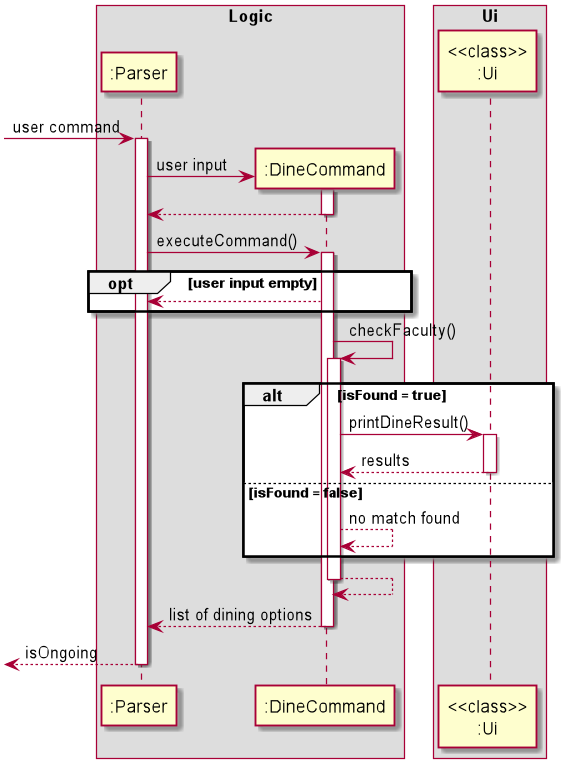
nus-cs2113-AY2021S1/tp keeps this PlantUML diagram as docs/DG_Diagrams/DineSequence.png. Above is the earlier version. Source of this version:
```plantuml
@startuml

box Logic
participant ":Parser"
participant ":DineCommand"
end box
box Ui
participant "<<class>>\n:Ui"
end box

[-> ":Parser": user command
activate ":Parser"
create ":DineCommand"
":Parser" -> ":DineCommand": user input
activate ":DineCommand"
":DineCommand" --> ":Parser"
deactivate ":DineCommand"
":Parser" -> ":DineCommand": executeCommand()
activate ":DineCommand"

opt user input empty
    ":DineCommand" --> ":Parser"
end

":DineCommand" -> ":DineCommand": checkFaculty()
activate ":DineCommand"

alt isFound = true
    ":DineCommand" -> "<<class>>\n:Ui": printDineResult()
    activate "<<class>>\n:Ui"
    "<<class>>\n:Ui" --> ":DineCommand": results
    deactivate "<<class>>\n:Ui"
else isFound = false
    ":DineCommand" --> ":DineCommand": no match found
end
":DineCommand" --> ":DineCommand"
deactivate ":DineCommand"

":DineCommand" --> ":Parser": list of dining options
deactivate ":DineCommand"
[<-- ":Parser": isOngoing
deactivate ":Parser"

@enduml
```
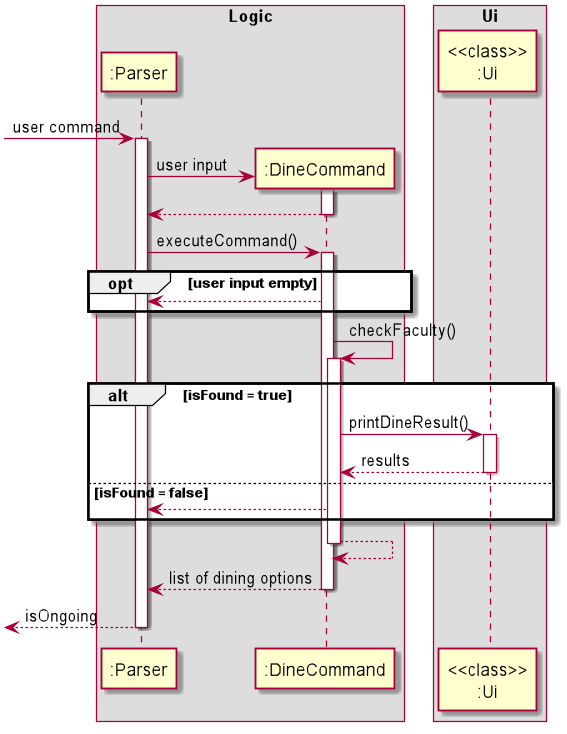
After the change.

Commit message:
Update sequence diagrams for /dine and /dineinfo

What changed in the source:
```diff
@@ -31,7 +31,7 @@
     "<<class>>\n:Ui" --> ":DineCommand": results
     deactivate "<<class>>\n:Ui"
 else isFound = false
-    ":DineCommand" --> ":DineCommand": no match found
+    ":DineCommand" --> ":Parser"
 end
 ":DineCommand" --> ":DineCommand"
 deactivate ":DineCommand"
```
